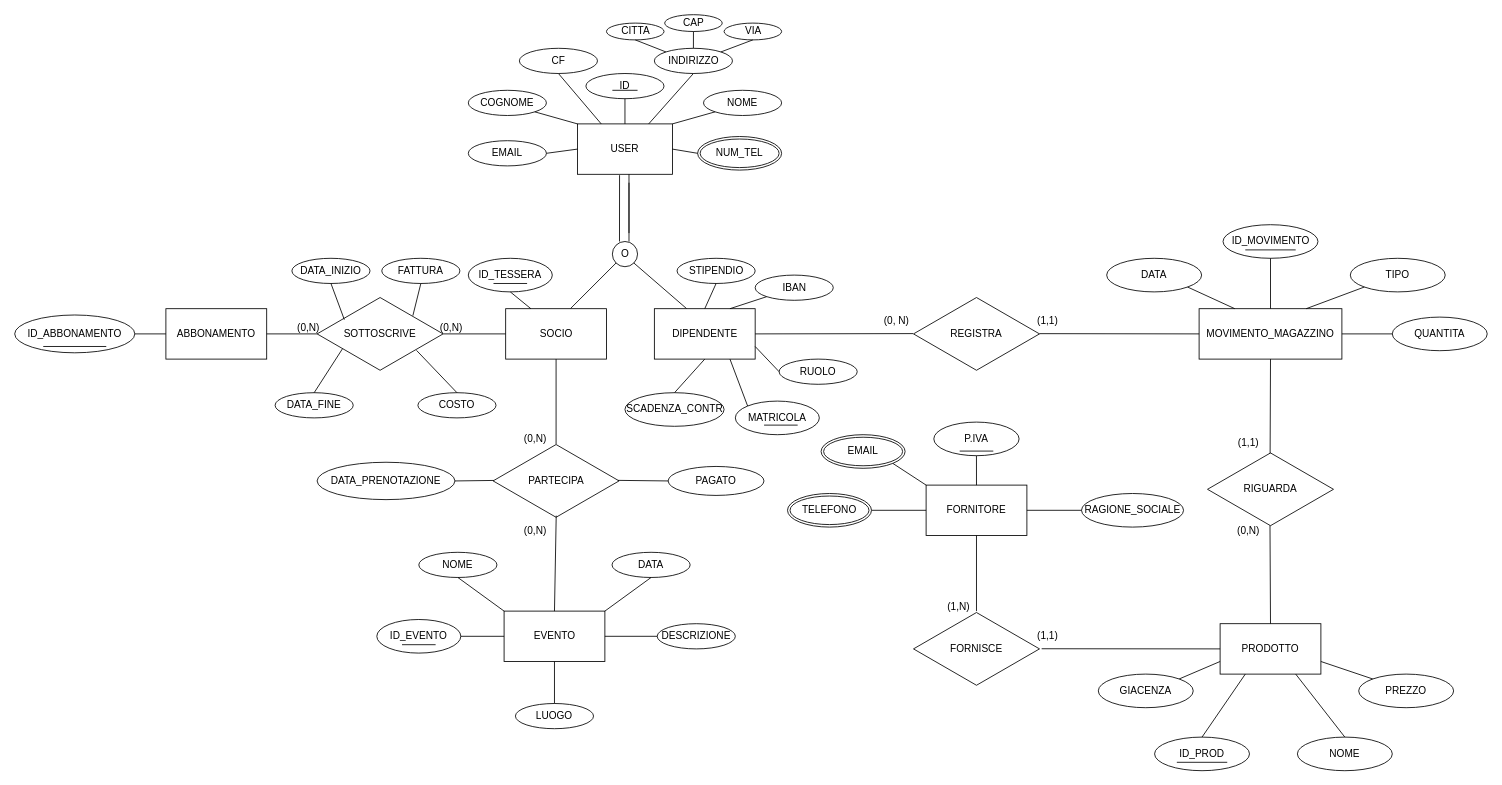
The draw.io diagram GESTIONALE_AMET.drawio in SkarmerBlad/Amet-Project, before the edit. Source tidied: cells renumbered, new cells numbered last; positions are measured from the earlier drawing's top-left corner, leaving out a move shared by most shapes. Both pictures are drawn from the tidied source at 84%, with x=0, y=0 at pixel (14, 14).
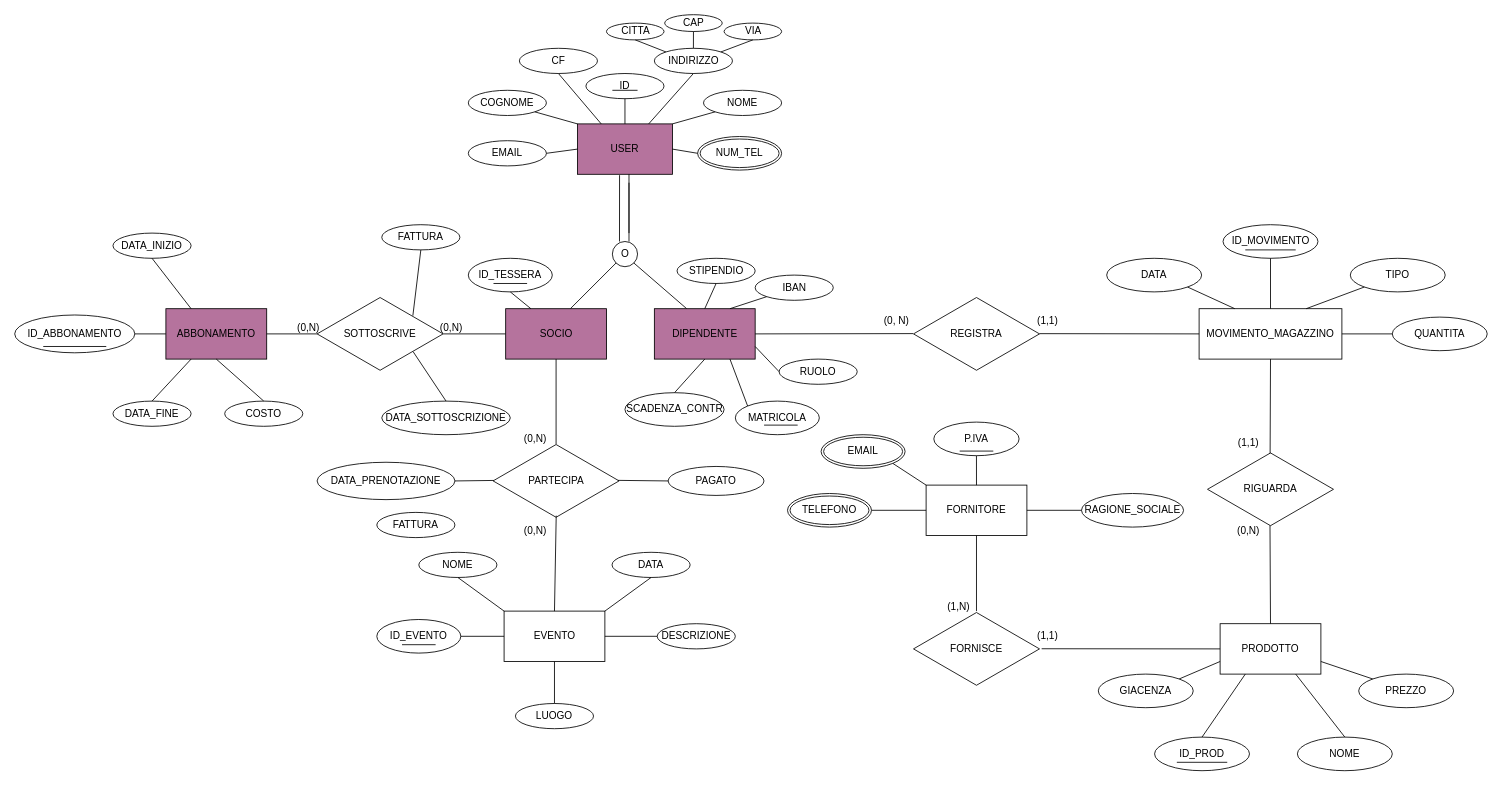
The same diagram, later.

Commit message (it also covers changes not shown here):
utente socio dipendente movimento

The change refers to these unchanged cells:
```xml
<mxCell id="45" value="SOTTOSCRIVE" style="html=1;whiteSpace=wrap;shape=isoRectangle;" parent="1" vertex="1">
  <mxGeometry x="360" y="335" width="150" height="90" as="geometry" />
</mxCell>
```

What changed in the source:
```diff
@@
-    <mxCell id="2" value="USER" style="whiteSpace=wrap;html=1;" parent="1" vertex="1">
+    <mxCell id="2" value="USER" style="whiteSpace=wrap;html=1;fillColor=#B5739D;" parent="1" vertex="1">
       <mxGeometry x="670" y="130" width="113" height="60" as="geometry" />
     </mxCell>
@@
-    <mxCell id="27" value="SOCIO" style="whiteSpace=wrap;html=1;" parent="1" vertex="1">
+    <mxCell id="27" value="SOCIO" style="whiteSpace=wrap;html=1;fillColor=#B5739D;" parent="1" vertex="1">
       <mxGeometry x="584.5" y="350" width="120" height="60" as="geometry" />
     </mxCell>
-    <mxCell id="28" value="DIPENDENTE" style="whiteSpace=wrap;html=1;" parent="1" vertex="1">
+    <mxCell id="28" value="DIPENDENTE" style="whiteSpace=wrap;html=1;fillColor=#B5739D;" parent="1" vertex="1">
       <mxGeometry x="761.5" y="350" width="120" height="60" as="geometry" />
     </mxCell>
@@
-    <mxCell id="44" value="ABBONAMENTO" style="whiteSpace=wrap;html=1;" parent="1" vertex="1">
+    <mxCell id="44" value="ABBONAMENTO" style="whiteSpace=wrap;html=1;fillColor=#B5739D;" parent="1" vertex="1">
       <mxGeometry x="180" y="350" width="120" height="60" as="geometry" />
     </mxCell>
@@
     <mxCell id="48" value="COSTO" style="ellipse;whiteSpace=wrap;html=1;" parent="1" vertex="1">
-      <mxGeometry x="480" y="450" width="93" height="30" as="geometry" />
+      <mxGeometry x="250" y="460" width="93" height="30" as="geometry" />
     </mxCell>
-    <mxCell id="49" style="endArrow=none;html=1;rounded=0;exitX=0.789;exitY=0.718;exitDx=0;exitDy=0;entryX=0.5;entryY=0;entryDx=0;entryDy=0;exitPerimeter=0;" parent="1" edge="1" source="45" target="48">
+    <mxCell id="49" style="endArrow=none;html=1;rounded=0;exitX=0.5;exitY=1;exitDx=0;exitDy=0;entryX=0.5;entryY=0;entryDx=0;entryDy=0;" parent="1" edge="1" source="44" target="48">
       <mxGeometry relative="1" as="geometry" />
     </mxCell>
     <mxCell id="50" value="DATA_INIZIO" style="ellipse;whiteSpace=wrap;html=1;" parent="1" vertex="1">
-      <mxGeometry x="330" y="290" width="93" height="30" as="geometry" />
+      <mxGeometry x="117" y="260" width="93" height="30" as="geometry" />
     </mxCell>
     <mxCell id="51" value="DATA_FINE" style="ellipse;whiteSpace=wrap;html=1;" parent="1" vertex="1">
-      <mxGeometry x="310" y="450" width="93" height="30" as="geometry" />
+      <mxGeometry x="117" y="460" width="93" height="30" as="geometry" />
     </mxCell>
-    <mxCell id="52" style="endArrow=none;html=1;rounded=0;exitX=0.5;exitY=0;exitDx=0;exitDy=0;entryX=0.202;entryY=0.695;entryDx=0;entryDy=0;entryPerimeter=0;" parent="1" edge="1" source="51" target="45">
+    <mxCell id="52" style="endArrow=none;html=1;rounded=0;exitX=0.5;exitY=0;exitDx=0;exitDy=0;entryX=0.25;entryY=1;entryDx=0;entryDy=0;" parent="1" edge="1" source="51" target="44">
       <mxGeometry relative="1" as="geometry" />
     </mxCell>
-    <mxCell id="53" style="endArrow=none;html=1;rounded=0;exitX=0.216;exitY=0.311;exitDx=0;exitDy=0;entryX=0.5;entryY=1;entryDx=0;entryDy=0;exitPerimeter=0;" parent="1" edge="1" source="45" target="50">
+    <mxCell id="53" style="endArrow=none;html=1;rounded=0;exitX=0.25;exitY=0;exitDx=0;exitDy=0;entryX=0.5;entryY=1;entryDx=0;entryDy=0;" parent="1" edge="1" source="44" target="50">
       <mxGeometry relative="1" as="geometry" />
     </mxCell>
@@
     <mxCell id="56" value="FATTURA" style="ellipse;whiteSpace=wrap;html=1;" parent="1" vertex="1">
-      <mxGeometry x="437" y="290" width="93" height="30" as="geometry" />
+      <mxGeometry x="437" y="250" width="93" height="30" as="geometry" />
     </mxCell>
@@
+    <mxCell id="129" value="DATA_SOTTOSCRIZIONE" style="ellipse;whiteSpace=wrap;html=1;" parent="1" vertex="1">
+      <mxGeometry x="437" y="460" width="153" height="40" as="geometry" />
+    </mxCell>
+    <mxCell id="130" value="FATTURA" style="ellipse;whiteSpace=wrap;html=1;" parent="1" vertex="1">
+      <mxGeometry x="431.1" y="592.5" width="93" height="30" as="geometry" />
+    </mxCell>
+    <mxCell id="131" style="endArrow=none;html=1;rounded=0;exitX=0.5;exitY=0;exitDx=0;exitDy=0;entryX=0.762;entryY=0.735;entryDx=0;entryDy=0;entryPerimeter=0;" parent="1" edge="1" source="129" target="45">
+      <mxGeometry relative="1" as="geometry" />
+    </mxCell>
```
